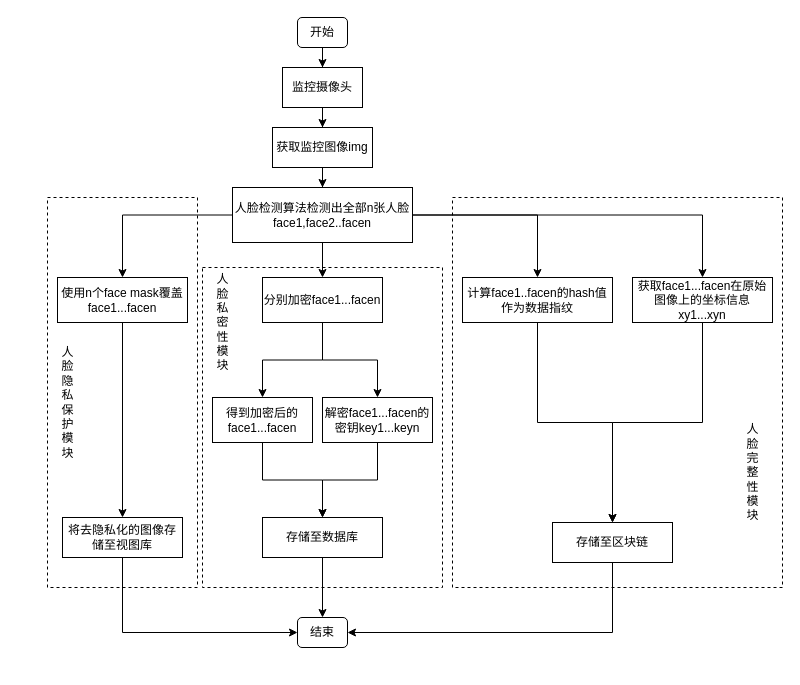
This is page "正向过程" (3 of 5) of face-chain/facechain.drawio from FadingLight9291117/draw.io, a draw.io file, before an edit. Source tidied: cells renumbered, new cells numbered last; positions are measured from the earlier drawing's top-left corner, leaving out a move shared by most shapes. Both pictures are drawn from the tidied source at 100%, with x=0, y=0 at pixel (47, 17).
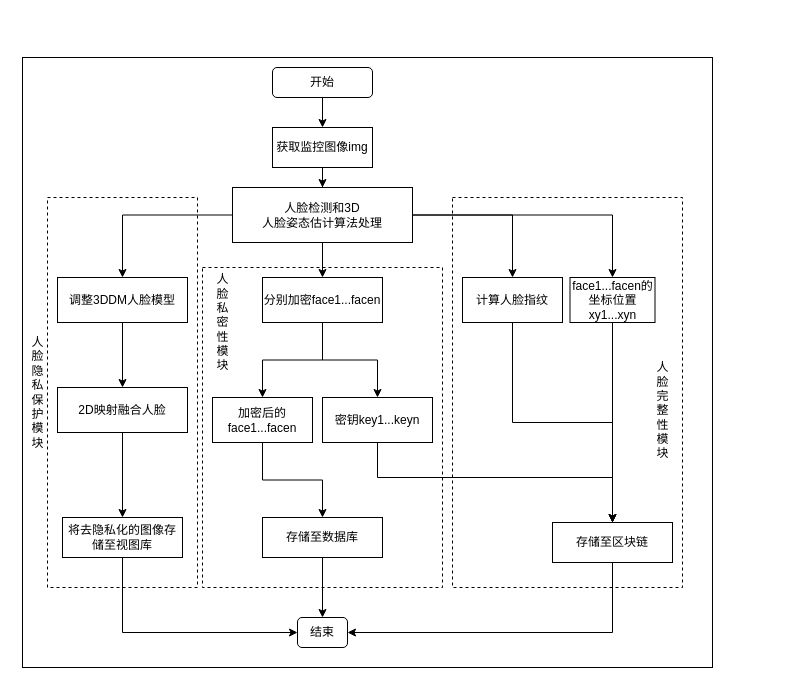
Above is the later version.

The change refers to these unchanged cells:
```xml
<mxCell id="6" value="获取监控图像img" style="whiteSpace=wrap;html=1;" parent="1" vertex="1">
  <mxGeometry x="225" y="110" width="100" height="40" as="geometry" />
</mxCell>
<mxCell id="17" value="将去隐私化的图像存储至视图库" style="whiteSpace=wrap;html=1;" parent="1" vertex="1">
  <mxGeometry x="15" y="500" width="120" height="40" as="geometry" />
</mxCell>
<mxCell id="28" value="存储至数据库" style="whiteSpace=wrap;html=1;" parent="1" vertex="1">
  <mxGeometry x="215" y="500" width="120" height="40" as="geometry" />
</mxCell>
<mxCell id="34" value="存储至区块链" style="rounded=0;whiteSpace=wrap;html=1;" parent="1" vertex="1">
  <mxGeometry x="505" y="505" width="120" height="40" as="geometry" />
</mxCell>
```

The edit, as a diff of the source:
```diff
@@
+    <mxCell id="39" style="rounded=0;whiteSpace=wrap;html=1;" parent="1" vertex="1">
+      <mxGeometry x="-25" y="40" width="690" height="610" as="geometry" />
+    </mxCell>
     <mxCell id="2" style="whiteSpace=wrap;html=1;dashed=1;" parent="1" vertex="1">
-      <mxGeometry x="405" y="180" width="330" height="390" as="geometry" />
+      <mxGeometry x="405" y="180" width="230" height="390" as="geometry" />
     </mxCell>
@@
-    <mxCell id="11" value="人脸检测算法检测出全部n张人脸face1,face2..facen" style="whiteSpace=wrap;html=1;" parent="1" vertex="1">
+    <mxCell id="11" value="人脸检测和3D&lt;br&gt;人脸姿态估计算法处理" style="whiteSpace=wrap;html=1;" parent="1" vertex="1">
       <mxGeometry x="185" y="170" width="180" height="55" as="geometry" />
     </mxCell>
-    <mxCell id="12" style="edgeStyle=orthogonalEdgeStyle;rounded=0;jettySize=auto;html=1;" parent="1" edge="1" source="13" target="6">
-      <mxGeometry relative="1" as="geometry" />
-    </mxCell>
-    <mxCell id="13" value="监控摄像头" style="rounded=0;whiteSpace=wrap;html=1;" parent="1" vertex="1">
-      <mxGeometry x="235" y="50" width="80" height="40" as="geometry" />
-    </mxCell>
-    <mxCell id="14" style="edgeStyle=orthogonalEdgeStyle;rounded=0;jettySize=auto;html=1;entryX=0.5;entryY=0;entryDx=0;entryDy=0;" parent="1" edge="1" source="15" target="17">
-      <mxGeometry relative="1" as="geometry" />
-    </mxCell>
+    <mxCell id="40" style="edgeStyle=orthogonalEdgeStyle;rounded=0;jettySize=auto;html=1;entryX=0.5;entryY=0;entryDx=0;entryDy=0;" parent="1" edge="1" source="15" target="44">
+      <mxGeometry relative="1" as="geometry" />
+    </mxCell>
-    <mxCell id="15" value="使用n个face mask覆盖face1...facen" style="rounded=0;whiteSpace=wrap;html=1;" parent="1" vertex="1">
+    <mxCell id="15" value="调整3DDM人脸模型" style="rounded=0;whiteSpace=wrap;html=1;" parent="1" vertex="1">
       <mxGeometry x="10" y="260" width="130" height="45" as="geometry" />
     </mxCell>
@@
-    <mxCell id="18" style="edgeStyle=orthogonalEdgeStyle;rounded=0;jettySize=auto;html=1;entryX=0.5;entryY=0;entryDx=0;entryDy=0;" parent="1" edge="1" source="19" target="13">
-      <mxGeometry relative="1" as="geometry" />
-    </mxCell>
+    <mxCell id="41" style="edgeStyle=orthogonalEdgeStyle;rounded=0;jettySize=auto;html=1;entryX=0.5;entryY=0;entryDx=0;entryDy=0;" parent="1" edge="1" source="19" target="6">
+      <mxGeometry relative="1" as="geometry" />
+    </mxCell>
     <mxCell id="19" value="开始" style="rounded=1;whiteSpace=wrap;html=1;" parent="1" vertex="1">
-      <mxGeometry x="250" width="50" height="30" as="geometry" />
+      <mxGeometry x="225" y="50" width="100" height="30" as="geometry" />
     </mxCell>
@@
-    <mxCell id="24" value="得到加密后的face1...facen" style="rounded=0;whiteSpace=wrap;html=1;" parent="1" vertex="1">
+    <mxCell id="24" value="加密后的face1...facen" style="rounded=0;whiteSpace=wrap;html=1;" parent="1" vertex="1">
       <mxGeometry x="165" y="380" width="100" height="45" as="geometry" />
     </mxCell>
-    <mxCell id="25" style="edgeStyle=orthogonalEdgeStyle;rounded=0;jettySize=auto;html=1;entryX=0.5;entryY=0;entryDx=0;entryDy=0;" parent="1" edge="1" source="26" target="28">
-      <mxGeometry relative="1" as="geometry" />
-    </mxCell>
+    <mxCell id="42" style="edgeStyle=orthogonalEdgeStyle;rounded=0;jettySize=auto;html=1;" parent="1" edge="1" source="26" target="34">
+      <mxGeometry relative="1" as="geometry">
+        <Array as="points">
+          <mxPoint x="330" y="460" />
+          <mxPoint x="565" y="460" />
+        </Array>
+      </mxGeometry>
+    </mxCell>
-    <mxCell id="26" value="解密face1...facen的密钥key1...keyn" style="whiteSpace=wrap;html=1;" parent="1" vertex="1">
+    <mxCell id="26" value="密钥key1...keyn" style="whiteSpace=wrap;html=1;" parent="1" vertex="1">
       <mxGeometry x="275" y="380" width="110" height="45" as="geometry" />
     </mxCell>
@@
-    <mxCell id="30" value="计算face1..facen的hash值作为数据指纹" style="rounded=0;whiteSpace=wrap;html=1;" parent="1" vertex="1">
-      <mxGeometry x="415" y="260" width="150" height="45" as="geometry" />
+    <mxCell id="30" value="计算人脸指纹" style="rounded=0;whiteSpace=wrap;html=1;" parent="1" vertex="1">
+      <mxGeometry x="415" y="260" width="100" height="45" as="geometry" />
     </mxCell>
@@
-    <mxCell id="32" value="获取face1...facen在原始图像上的坐标信息xy1...xyn" style="rounded=0;whiteSpace=wrap;html=1;" parent="1" vertex="1">
-      <mxGeometry x="585" y="260" width="140" height="45" as="geometry" />
+    <mxCell id="32" value="face1...facen的坐标位置xy1...xyn" style="rounded=0;whiteSpace=wrap;html=1;" parent="1" vertex="1">
+      <mxGeometry x="522.5" y="260" width="85" height="45" as="geometry" />
     </mxCell>
@@
     <mxCell id="36" value="人&lt;br&gt;脸&lt;br&gt;隐&lt;br&gt;私&lt;br&gt;保&lt;br&gt;护&lt;br&gt;模&lt;br&gt;块" style="text;html=1;align=center;verticalAlign=middle;strokeColor=none;fillColor=none;" parent="1" vertex="1">
-      <mxGeometry y="320" width="40" height="130" as="geometry" />
+      <mxGeometry x="-30" y="310" width="40" height="130" as="geometry" />
     </mxCell>
@@
     <mxCell id="38" value="人&lt;br&gt;脸&lt;br&gt;完&lt;br&gt;整&lt;br&gt;性&lt;br&gt;模&lt;br&gt;块" style="text;html=1;align=center;verticalAlign=middle;strokeColor=none;fillColor=none;" parent="1" vertex="1">
-      <mxGeometry x="685" y="400" width="40" height="110" as="geometry" />
+      <mxGeometry x="595" y="337.5" width="40" height="110" as="geometry" />
     </mxCell>
+    <mxCell id="43" style="edgeStyle=orthogonalEdgeStyle;rounded=0;jettySize=auto;html=1;" parent="1" edge="1" source="44" target="17">
+      <mxGeometry relative="1" as="geometry" />
+    </mxCell>
+    <mxCell id="44" value="2D映射融合人脸" style="rounded=0;whiteSpace=wrap;html=1;" parent="1" vertex="1">
+      <mxGeometry x="10" y="370" width="130" height="45" as="geometry" />
+    </mxCell>
```
